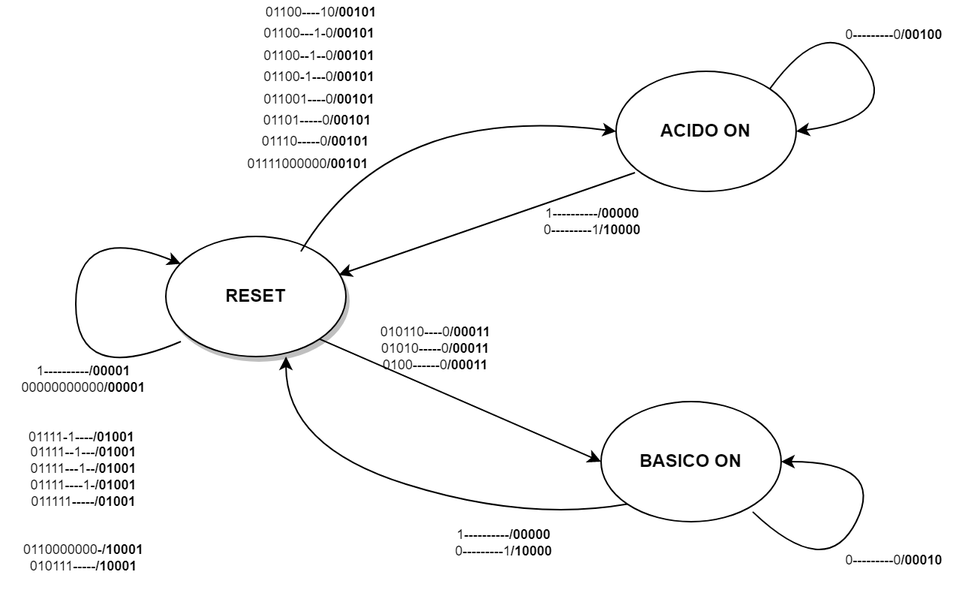
Earlier version of the draw.io export relazione/resources/img/fsm.png (vivia1990/univr-progetto-sis). Source tidied: cells renumbered, new cells last; positions are measured from the earlier drawing's top-left corner, leaving out a move shared by most shapes.
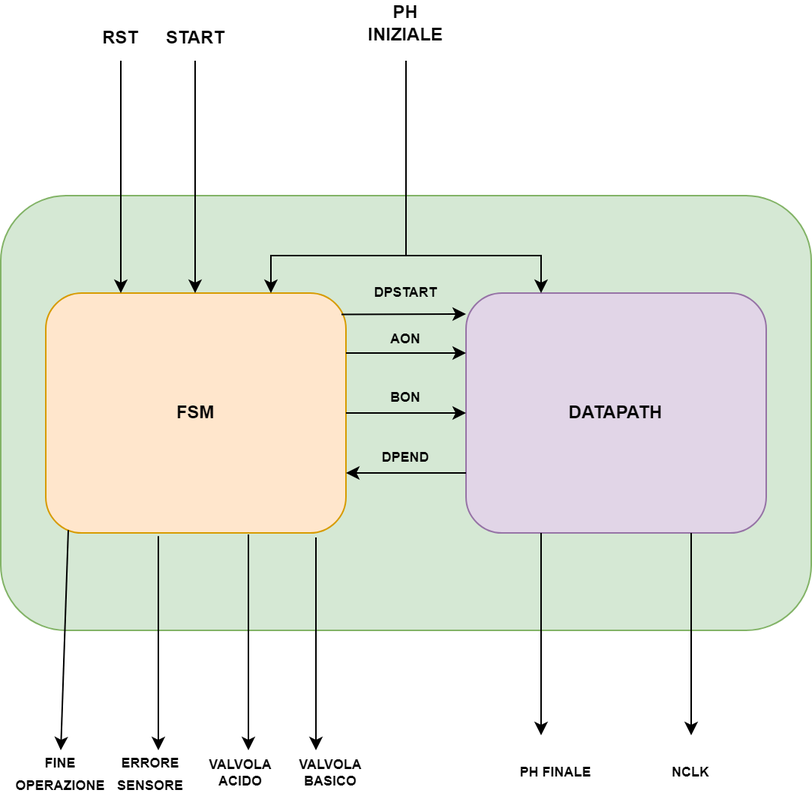
Above is the later version.

Commit message:
fix(relazione): fsm

What changed in the source:
```diff
@@ -2,83 +2,133 @@
   <root>
     <mxCell id="0" />
     <mxCell id="1" parent="0" />
-    <mxCell id="2" value="&lt;b&gt;RESET&lt;/b&gt;" style="ellipse;whiteSpace=wrap;html=1;perimeterSpacing=0;strokeColor=default;gradientColor=#ffffff;shadow=1;sketch=0;fillStyle=auto;fillColor=default;comic=0;" parent="1" vertex="1">
-      <mxGeometry x="110" y="150" width="120" height="80" as="geometry" />
-    </mxCell>
-    <mxCell id="3" value="&lt;b&gt;ACIDO ON&lt;/b&gt;" style="ellipse;whiteSpace=wrap;html=1;" parent="1" vertex="1">
-      <mxGeometry x="410" y="40" width="120" height="80" as="geometry" />
-    </mxCell>
-    <mxCell id="4" value="&lt;b&gt;BASICO ON&lt;/b&gt;" style="ellipse;whiteSpace=wrap;html=1;" parent="1" vertex="1">
-      <mxGeometry x="400" y="260" width="120" height="80" as="geometry" />
-    </mxCell>
-    <mxCell id="5" value="&lt;font style=&quot;font-size: 9px;&quot;&gt;&amp;nbsp; &amp;nbsp; &amp;nbsp; &amp;nbsp;01100----10&lt;b&gt;/00101&lt;/b&gt;&lt;br&gt;&amp;nbsp; &amp;nbsp; &amp;nbsp; 01100---1-0&lt;b&gt;/00101&lt;/b&gt;&lt;br&gt;&amp;nbsp; &amp;nbsp; &amp;nbsp; 01100--1--0&lt;b&gt;/00101&lt;/b&gt;&lt;br&gt;&amp;nbsp; &amp;nbsp; &amp;nbsp; 01100-1---0&lt;b&gt;/00101&lt;br&gt;&lt;/b&gt;&amp;nbsp; &amp;nbsp; &amp;nbsp; 011001----0&lt;b&gt;/00101&lt;/b&gt;&lt;br&gt;&amp;nbsp; &amp;nbsp; &amp;nbsp;01101-----0&lt;b&gt;/00101&lt;/b&gt;&lt;br&gt;&amp;nbsp; &amp;nbsp; 01110-----0&lt;b&gt;/00101&lt;/b&gt;&lt;br&gt;01111000000&lt;b&gt;/00101&lt;/b&gt;&lt;/font&gt;" style="text;html=1;strokeColor=none;fillColor=none;align=center;verticalAlign=middle;whiteSpace=wrap;rounded=0;" parent="1" vertex="1">
-      <mxGeometry x="140" width="130" height="100" as="geometry" />
-    </mxCell>
-    <mxCell id="6" value="&lt;div style=&quot;font-size: 9px;&quot;&gt;&lt;font style=&quot;font-size: 9px;&quot;&gt;010110----0&lt;b style=&quot;&quot;&gt;/00011&lt;/b&gt;&lt;/font&gt;&lt;/div&gt;&lt;div style=&quot;font-size: 9px;&quot;&gt;&lt;font style=&quot;font-size: 9px;&quot;&gt;01010-----0&lt;b&gt;/00011&lt;/b&gt;&lt;/font&gt;&lt;/div&gt;&lt;div style=&quot;font-size: 9px;&quot;&gt;&lt;font style=&quot;font-size: 9px;&quot;&gt;0100------0&lt;b style=&quot;&quot;&gt;/00011&lt;/b&gt;&lt;/font&gt;&lt;/div&gt;" style="text;html=1;strokeColor=none;fillColor=none;align=center;verticalAlign=middle;whiteSpace=wrap;rounded=0;" parent="1" vertex="1">
-      <mxGeometry x="250" y="210" width="80" height="30" as="geometry" />
-    </mxCell>
-    <mxCell id="7" style="endArrow=classic;html=1;rounded=0;exitX=1;exitY=1;exitDx=0;exitDy=0;entryX=0;entryY=0.5;entryDx=0;entryDy=0;" parent="1" edge="1" source="2" target="4">
-      <mxGeometry relative="1" as="geometry" />
-    </mxCell>
-    <mxCell id="8" style="curved=1;endArrow=classic;html=1;rounded=0;exitX=1;exitY=0;exitDx=0;exitDy=0;entryX=1;entryY=0.5;entryDx=0;entryDy=0;" parent="1" edge="1" source="3" target="3">
-      <mxGeometry relative="1" as="geometry">
-        <Array as="points">
-          <mxPoint x="550" />
-          <mxPoint x="600" y="70" />
-        </Array>
-      </mxGeometry>
-    </mxCell>
-    <mxCell id="9" value="&lt;font style=&quot;font-size: 9px;&quot;&gt;0---------0&lt;b&gt;/00100&lt;/b&gt;&lt;/font&gt;" style="text;html=1;align=center;verticalAlign=middle;strokeColor=none;fillColor=none;" parent="1" vertex="1">
-      <mxGeometry x="550" width="90" height="30" as="geometry" />
-    </mxCell>
-    <mxCell id="10" style="curved=1;endArrow=classic;html=1;rounded=0;exitX=0.842;exitY=0.918;exitDx=0;exitDy=0;exitPerimeter=0;entryX=1;entryY=0.5;entryDx=0;entryDy=0;" parent="1" edge="1" source="4" target="4">
-      <mxGeometry relative="1" as="geometry">
-        <Array as="points">
-          <mxPoint x="550" y="380" />
-          <mxPoint x="590" y="300" />
-        </Array>
-      </mxGeometry>
-    </mxCell>
-    <mxCell id="11" value="&lt;font style=&quot;font-size: 9px;&quot;&gt;0---------0&lt;b&gt;/00010&lt;/b&gt;&lt;/font&gt;" style="text;html=1;align=center;verticalAlign=middle;strokeColor=none;fillColor=none;" parent="1" vertex="1">
-      <mxGeometry x="550" y="350" width="90" height="30" as="geometry" />
-    </mxCell>
-    <mxCell id="12" style="curved=1;endArrow=classic;html=1;rounded=0;fontSize=9;entryX=0;entryY=0.5;entryDx=0;entryDy=0;" parent="1" edge="1" target="3">
-      <mxGeometry relative="1" as="geometry">
-        <mxPoint x="200" y="160" as="sourcePoint" />
-        <Array as="points">
-          <mxPoint x="230" y="110" />
-          <mxPoint x="330" y="70" />
-        </Array>
-      </mxGeometry>
-    </mxCell>
-    <mxCell id="13" style="endArrow=classic;html=1;rounded=0;fontSize=9;exitX=0.105;exitY=0.844;exitDx=0;exitDy=0;exitPerimeter=0;entryX=0.96;entryY=0.32;entryDx=0;entryDy=0;entryPerimeter=0;" parent="1" edge="1" source="3" target="2">
-      <mxGeometry relative="1" as="geometry" />
-    </mxCell>
-    <mxCell id="14" style="curved=1;endArrow=classic;html=1;rounded=0;fontSize=9;entryX=0.667;entryY=1;entryDx=0;entryDy=0;entryPerimeter=0;exitX=0;exitY=1;exitDx=0;exitDy=0;" parent="1" edge="1" source="4" target="2">
-      <mxGeometry relative="1" as="geometry">
-        <Array as="points">
-          <mxPoint x="350" y="340" />
-          <mxPoint x="190" y="290" />
-        </Array>
-      </mxGeometry>
-    </mxCell>
-    <mxCell id="15" value="1----------&lt;b&gt;/00000&lt;br&gt;&lt;/b&gt;0---------1&lt;b&gt;/10000&lt;/b&gt;&lt;b&gt;&lt;br&gt;&lt;/b&gt;" style="text;html=1;align=center;verticalAlign=middle;strokeColor=none;fillColor=none;fontSize=9;" parent="1" vertex="1">
-      <mxGeometry x="349" y="120" width="90" height="40" as="geometry" />
-    </mxCell>
-    <mxCell id="16" value="&lt;div&gt;1----------&lt;b&gt;/00000&lt;/b&gt;&lt;br&gt;0---------1&lt;b&gt;/10000&lt;/b&gt;&lt;br&gt;&lt;/div&gt;&lt;div&gt;&lt;br&gt;&lt;/div&gt;" style="text;html=1;align=center;verticalAlign=middle;strokeColor=none;fillColor=none;fontSize=9;" parent="1" vertex="1">
-      <mxGeometry x="290" y="335" width="90" height="50" as="geometry" />
-    </mxCell>
-    <mxCell id="17" style="curved=1;endArrow=classic;html=1;rounded=0;fontSize=9;entryX=0.083;entryY=0.228;entryDx=0;entryDy=0;entryPerimeter=0;" parent="1" edge="1" target="2">
-      <mxGeometry relative="1" as="geometry">
-        <mxPoint x="120" y="220" as="sourcePoint" />
-        <Array as="points">
-          <mxPoint x="50" y="250" />
-          <mxPoint x="50" y="140" />
-        </Array>
-      </mxGeometry>
-    </mxCell>
-    <mxCell id="18" value="&lt;div&gt;1----------&lt;b&gt;/00001&lt;/b&gt;&lt;/div&gt;&lt;div&gt;00000000000&lt;b&gt;/00001&lt;/b&gt;&lt;/div&gt;&lt;div&gt;&lt;br&gt;&lt;/div&gt;&lt;div&gt;&lt;br&gt;&lt;/div&gt;&lt;div&gt;01111-1----&lt;b&gt;/01001&lt;/b&gt;&amp;nbsp;&lt;/div&gt;&lt;div&gt;01111--1---&lt;b&gt;/01001&lt;/b&gt;&lt;/div&gt;&lt;div&gt;01111---1--&lt;b&gt;/01001&lt;/b&gt;&lt;/div&gt;&lt;div&gt;01111----1-&lt;b&gt;/01001&lt;/b&gt;&lt;/div&gt;&lt;div&gt;011111-----&lt;b&gt;/01001&lt;/b&gt;&lt;/div&gt;&lt;div&gt;&lt;br&gt;&lt;/div&gt;&lt;div&gt;&lt;br&gt;&lt;/div&gt;&lt;div&gt;0110000000-&lt;b&gt;/10001&lt;/b&gt;&lt;/div&gt;&lt;div&gt;010111-----&lt;b&gt;/10001&lt;/b&gt;&lt;/div&gt;" style="text;html=1;align=center;verticalAlign=middle;strokeColor=none;fillColor=none;fontSize=9;" parent="1" vertex="1">
-      <mxGeometry y="230" width="110" height="150" as="geometry" />
-    </mxCell>
+    <mxCell id="19" style="rounded=1;whiteSpace=wrap;html=1;fillColor=#d5e8d4;strokeColor=#82b366;" parent="1" vertex="1">
+      <mxGeometry x="110" y="80" width="540" height="290" as="geometry" />
+    </mxCell>
+    <mxCell id="20" value="&lt;b&gt;FSM&lt;/b&gt;" style="rounded=1;whiteSpace=wrap;html=1;fillColor=#ffe6cc;strokeColor=#d79b00;" parent="1" vertex="1">
+      <mxGeometry x="140" y="145" width="200" height="160" as="geometry" />
+    </mxCell>
+    <mxCell id="21" value="&lt;b&gt;DATAPATH&lt;/b&gt;" style="rounded=1;whiteSpace=wrap;html=1;fillColor=#e1d5e7;strokeColor=#9673a6;" parent="1" vertex="1">
+      <mxGeometry x="420" y="145" width="200" height="160" as="geometry" />
+    </mxCell>
+    <mxCell id="22" style="endArrow=none;html=1;rounded=0;entryX=0;entryY=0.75;entryDx=0;entryDy=0;exitX=1;exitY=0.75;exitDx=0;exitDy=0;startArrow=classic;startFill=1;endFill=0;" parent="1" edge="1" source="20" target="21">
+      <mxGeometry relative="1" as="geometry" />
+    </mxCell>
+    <mxCell id="23" style="endArrow=classic;html=1;rounded=0;entryX=0.25;entryY=0;entryDx=0;entryDy=0;" parent="1" edge="1" target="20">
+      <mxGeometry relative="1" as="geometry">
+        <mxPoint x="190" y="-10" as="sourcePoint" />
+      </mxGeometry>
+    </mxCell>
+    <mxCell id="24" style="endArrow=classic;html=1;rounded=0;entryX=0.25;entryY=0;entryDx=0;entryDy=0;" parent="1" edge="1">
+      <mxGeometry relative="1" as="geometry">
+        <mxPoint x="239.5" y="-10" as="sourcePoint" />
+        <mxPoint x="239.5" y="145" as="targetPoint" />
+      </mxGeometry>
+    </mxCell>
+    <mxCell id="25" style="endArrow=none;html=1;rounded=0;" parent="1" edge="1" source="19">
+      <mxGeometry relative="1" as="geometry">
+        <mxPoint x="380" y="-10" as="targetPoint" />
+        <Array as="points">
+          <mxPoint x="380" y="120" />
+        </Array>
+      </mxGeometry>
+    </mxCell>
+    <mxCell id="26" style="endArrow=classic;html=1;rounded=0;entryX=0.75;entryY=0;entryDx=0;entryDy=0;" parent="1" edge="1" target="20">
+      <mxGeometry relative="1" as="geometry">
+        <mxPoint x="380" y="120" as="sourcePoint" />
+        <Array as="points">
+          <mxPoint x="290" y="120" />
+        </Array>
+      </mxGeometry>
+    </mxCell>
+    <mxCell id="27" style="endArrow=classic;html=1;rounded=0;entryX=0.25;entryY=0;entryDx=0;entryDy=0;" parent="1" edge="1" target="21">
+      <mxGeometry relative="1" as="geometry">
+        <mxPoint x="380" y="120" as="sourcePoint" />
+        <Array as="points">
+          <mxPoint x="470" y="120" />
+        </Array>
+      </mxGeometry>
+    </mxCell>
+    <mxCell id="28" style="endArrow=classic;html=1;rounded=0;entryX=0.5;entryY=0;entryDx=0;entryDy=0;exitX=0.075;exitY=0.988;exitDx=0;exitDy=0;exitPerimeter=0;" parent="1" edge="1" source="20" target="37">
+      <mxGeometry relative="1" as="geometry" />
+    </mxCell>
+    <mxCell id="29" style="endArrow=classic;html=1;rounded=0;exitX=0.675;exitY=1.006;exitDx=0;exitDy=0;exitPerimeter=0;" parent="1" edge="1" source="20">
+      <mxGeometry relative="1" as="geometry">
+        <mxPoint x="275" y="450" as="targetPoint" />
+      </mxGeometry>
+    </mxCell>
+    <mxCell id="30" style="endArrow=classic;html=1;rounded=0;exitX=0.9;exitY=1.019;exitDx=0;exitDy=0;exitPerimeter=0;" parent="1" edge="1" source="20">
+      <mxGeometry relative="1" as="geometry">
+        <mxPoint x="320" y="450" as="targetPoint" />
+      </mxGeometry>
+    </mxCell>
+    <mxCell id="31" style="endArrow=classic;html=1;rounded=0;exitX=0.375;exitY=1.013;exitDx=0;exitDy=0;exitPerimeter=0;" parent="1" edge="1" source="20">
+      <mxGeometry relative="1" as="geometry">
+        <mxPoint x="215" y="450" as="targetPoint" />
+      </mxGeometry>
+    </mxCell>
+    <mxCell id="32" style="endArrow=classic;html=1;rounded=0;exitX=0.25;exitY=1;exitDx=0;exitDy=0;" parent="1" edge="1" source="21">
+      <mxGeometry relative="1" as="geometry">
+        <mxPoint x="470" y="440" as="targetPoint" />
+      </mxGeometry>
+    </mxCell>
+    <mxCell id="33" style="endArrow=classic;html=1;rounded=0;exitX=0.75;exitY=1;exitDx=0;exitDy=0;" parent="1" edge="1" source="21">
+      <mxGeometry relative="1" as="geometry">
+        <mxPoint x="570" y="440" as="targetPoint" />
+      </mxGeometry>
+    </mxCell>
+    <mxCell id="34" value="&lt;b&gt;RST&lt;/b&gt;" style="text;html=1;strokeColor=none;fillColor=none;align=center;verticalAlign=middle;whiteSpace=wrap;rounded=0;" parent="1" vertex="1">
+      <mxGeometry x="160" y="-40" width="60" height="30" as="geometry" />
+    </mxCell>
+    <mxCell id="35" value="&lt;b&gt;START&lt;/b&gt;" style="text;html=1;strokeColor=none;fillColor=none;align=center;verticalAlign=middle;whiteSpace=wrap;rounded=0;" parent="1" vertex="1">
+      <mxGeometry x="210" y="-40" width="60" height="30" as="geometry" />
+    </mxCell>
+    <mxCell id="36" value="&lt;b&gt;PH INIZIALE&lt;/b&gt;" style="text;html=1;strokeColor=none;fillColor=none;align=center;verticalAlign=middle;whiteSpace=wrap;rounded=0;" parent="1" vertex="1">
+      <mxGeometry x="350" y="-50" width="60" height="30" as="geometry" />
+    </mxCell>
+    <mxCell id="37" value="&lt;font style=&quot;font-size: 9px;&quot;&gt;&lt;b&gt;FINE OPERAZIONE&lt;/b&gt;&lt;/font&gt;" style="text;html=1;strokeColor=none;fillColor=none;align=center;verticalAlign=middle;whiteSpace=wrap;rounded=0;" parent="1" vertex="1">
+      <mxGeometry x="120" y="450" width="60" height="30" as="geometry" />
+    </mxCell>
+    <mxCell id="38" value="&lt;font style=&quot;font-size: 9px;&quot;&gt;&lt;b&gt;ERRORE SENSORE&lt;/b&gt;&lt;/font&gt;" style="text;html=1;strokeColor=none;fillColor=none;align=center;verticalAlign=middle;whiteSpace=wrap;rounded=0;" parent="1" vertex="1">
+      <mxGeometry x="180" y="450" width="60" height="30" as="geometry" />
+    </mxCell>
+    <mxCell id="39" style="edgeStyle=orthogonalEdgeStyle;rounded=0;orthogonalLoop=1;jettySize=auto;html=1;exitX=0.5;exitY=1;exitDx=0;exitDy=0;" parent="1" edge="1" source="38" target="38">
+      <mxGeometry relative="1" as="geometry" />
+    </mxCell>
+    <mxCell id="40" value="&lt;b&gt;VALVOLA ACIDO&lt;/b&gt;" style="text;html=1;strokeColor=none;fillColor=none;align=center;verticalAlign=middle;whiteSpace=wrap;rounded=0;fontSize=9;" parent="1" vertex="1">
+      <mxGeometry x="240" y="450" width="60" height="30" as="geometry" />
+    </mxCell>
+    <mxCell id="41" value="&lt;b&gt;VALVOLA BASICO&lt;/b&gt;" style="text;html=1;strokeColor=none;fillColor=none;align=center;verticalAlign=middle;whiteSpace=wrap;rounded=0;fontSize=9;" parent="1" vertex="1">
+      <mxGeometry x="300" y="450" width="60" height="30" as="geometry" />
+    </mxCell>
+    <mxCell id="42" value="&lt;b&gt;PH FINALE&lt;/b&gt;" style="text;html=1;strokeColor=none;fillColor=none;align=center;verticalAlign=middle;whiteSpace=wrap;rounded=0;fontSize=9;" parent="1" vertex="1">
+      <mxGeometry x="450" y="450" width="60" height="30" as="geometry" />
+    </mxCell>
+    <mxCell id="43" value="&lt;b&gt;NCLK&lt;/b&gt;" style="text;html=1;strokeColor=none;fillColor=none;align=center;verticalAlign=middle;whiteSpace=wrap;rounded=0;fontSize=9;" parent="1" vertex="1">
+      <mxGeometry x="540" y="450" width="60" height="30" as="geometry" />
+    </mxCell>
+    <mxCell id="44" value="&lt;b&gt;DPEND&lt;/b&gt;" style="text;html=1;strokeColor=none;fillColor=none;align=center;verticalAlign=middle;whiteSpace=wrap;rounded=0;fontSize=9;" parent="1" vertex="1">
+      <mxGeometry x="350" y="240" width="60" height="30" as="geometry" />
+    </mxCell>
+    <mxCell id="45" value="&lt;b&gt;DPSTART&lt;/b&gt;" style="text;html=1;strokeColor=none;fillColor=none;align=center;verticalAlign=middle;whiteSpace=wrap;rounded=0;fontSize=9;" parent="1" vertex="1">
+      <mxGeometry x="350" y="130" width="60" height="30" as="geometry" />
+    </mxCell>
+    <mxCell id="46" style="endArrow=classic;html=1;rounded=0;fontSize=9;exitX=0.985;exitY=0.089;exitDx=0;exitDy=0;exitPerimeter=0;" parent="1" edge="1" source="20">
+      <mxGeometry relative="1" as="geometry">
+        <mxPoint x="420" y="159" as="targetPoint" />
+      </mxGeometry>
+    </mxCell>
+    <mxCell id="47" style="endArrow=classic;html=1;rounded=0;exitX=1;exitY=0.25;exitDx=0;exitDy=0;entryX=0;entryY=0.25;entryDx=0;entryDy=0;" parent="1" edge="1" source="20" target="21">
+      <mxGeometry relative="1" as="geometry" />
+    </mxCell>
+    <mxCell id="48" style="endArrow=classic;html=1;rounded=0;exitX=1;exitY=0.5;exitDx=0;exitDy=0;entryX=0;entryY=0.5;entryDx=0;entryDy=0;" parent="1" edge="1" source="20" target="21">
+      <mxGeometry relative="1" as="geometry" />
+    </mxCell>
+    <mxCell id="49" value="&lt;b&gt;&lt;font style=&quot;font-size: 9px;&quot;&gt;AON&lt;/font&gt;&lt;/b&gt;" style="text;html=1;strokeColor=none;fillColor=none;align=center;verticalAlign=middle;whiteSpace=wrap;rounded=0;" parent="1" vertex="1">
+      <mxGeometry x="350" y="160" width="60" height="30" as="geometry" />
+    </mxCell>
+    <mxCell id="50" value="&lt;b&gt;BON&lt;/b&gt;" style="text;html=1;strokeColor=none;fillColor=none;align=center;verticalAlign=middle;whiteSpace=wrap;rounded=0;fontSize=9;" parent="1" vertex="1">
+      <mxGeometry x="350" y="200" width="60" height="30" as="geometry" />
+    </mxCell>
   </root>
 </mxGraphModel>
```
